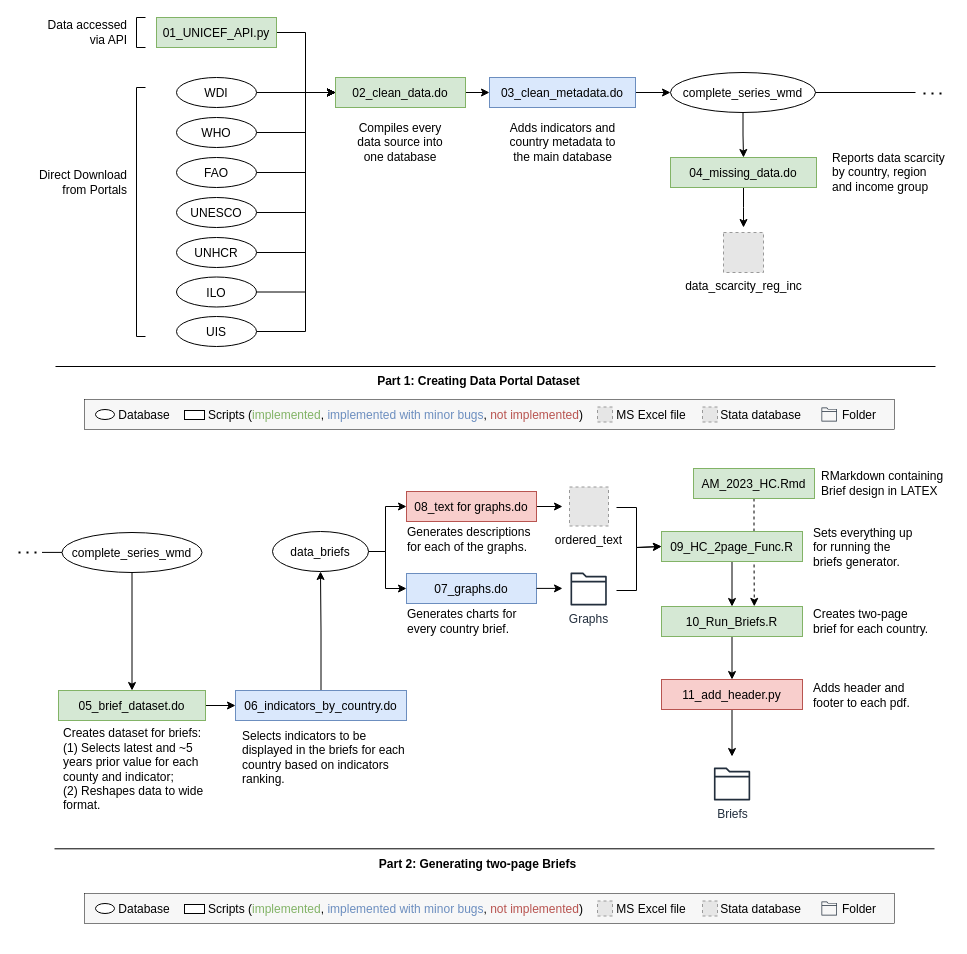
Above: Sources/UML long.drawio in Queeno11/Data-Portal-Brief-Generator (draw.io), before the change. Source tidied: cells renumbered, new cells numbered last; positions are measured from the earlier drawing's top-left corner, leaving out a move shared by most shapes. Both pictures are drawn from the tidied source at 100%, with x=0, y=0 at pixel (18, 17). Pictures stored in the file or linked from it are replaced by grey dashed boxes.
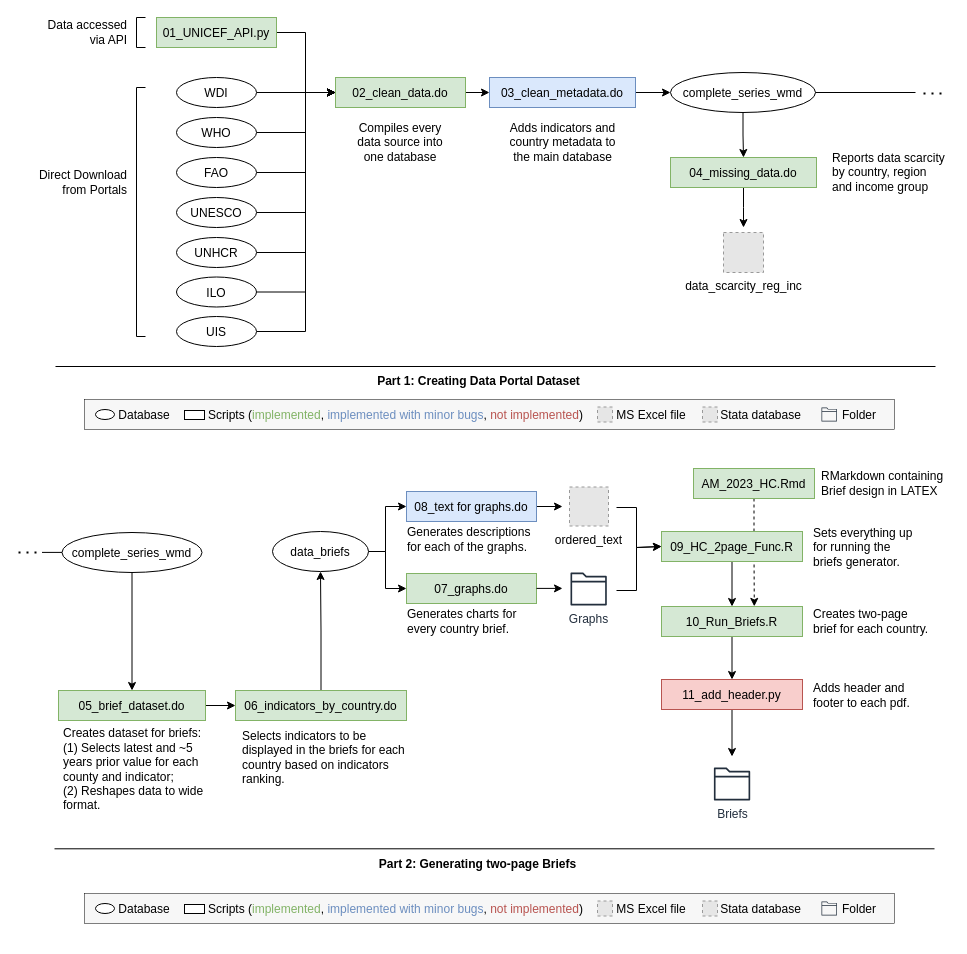
The same page after the edit.

Unchanged cells that the change refers to:
```xml
<mxCell id="55" style="group;" parent="1" vertex="1">
  <mxGeometry x="388" y="556" width="262" height="240" as="geometry" />
</mxCell>
<mxCell id="59" style="group;" parent="1" vertex="1">
  <mxGeometry x="388" y="474" width="130" height="63" as="geometry" />
</mxCell>
```

What changed in the source:
```diff
@@
-    <mxCell id="50" value="06_indicators_by_country.do" style="fillColor=#dae8fc;strokeColor=#6c8ebf;" parent="1" vertex="1">
+    <mxCell id="50" value="06_indicators_by_country.do" style="fillColor=#d5e8d4;strokeColor=#82b366;" parent="1" vertex="1">
       <mxGeometry x="217" y="673" width="171" height="30" as="geometry" />
     </mxCell>
@@
-    <mxCell id="56" value="07_graphs.do" style="fillColor=#dae8fc;strokeColor=#6c8ebf;" parent="55" vertex="1">
+    <mxCell id="56" value="07_graphs.do" style="fillColor=#d5e8d4;strokeColor=#82b366;" parent="55" vertex="1">
       <mxGeometry width="130" height="30" as="geometry" />
     </mxCell>
@@
-    <mxCell id="61" value="08_text for graphs.do" style="fillColor=#f8cecc;strokeColor=#B85450;" parent="59" vertex="1">
+    <mxCell id="61" value="08_text for graphs.do" style="fillColor=#dae8fc;strokeColor=#6c8ebf;" parent="59" vertex="1">
       <mxGeometry width="130" height="30" as="geometry" />
     </mxCell>
```
